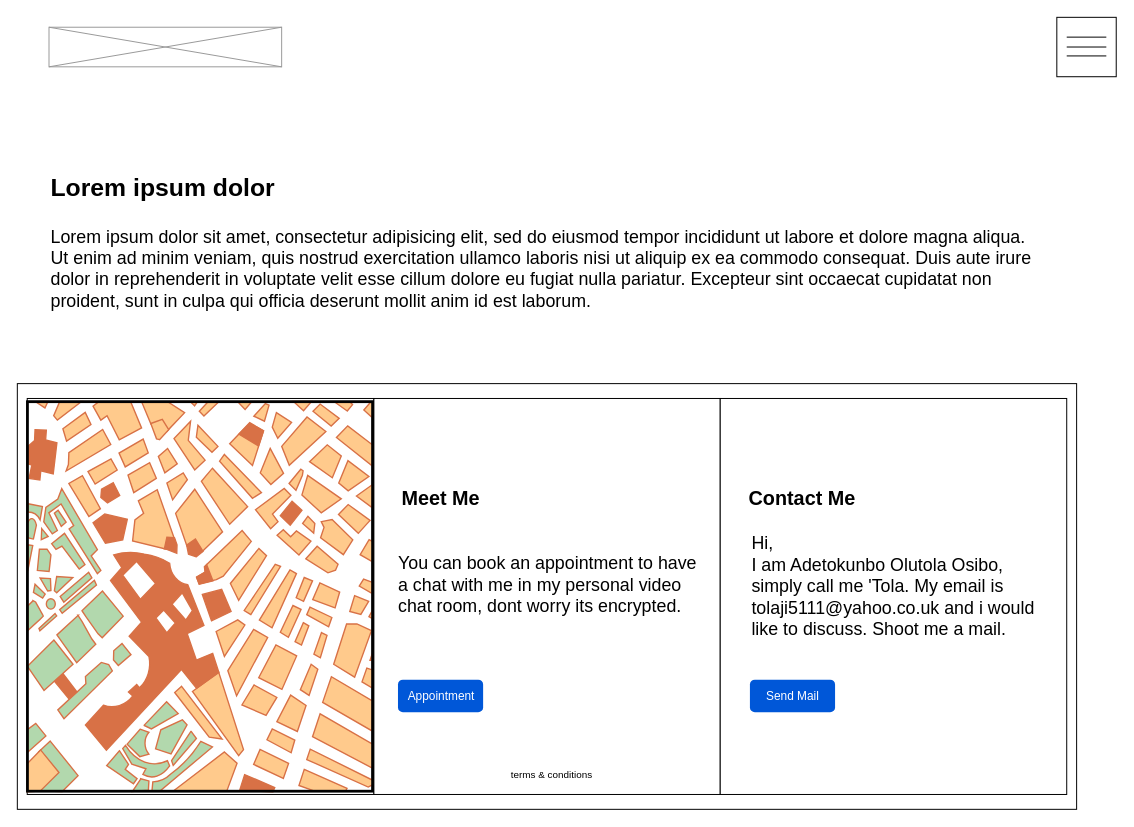
Above: page "Contact" (4 of 5) of portfolio/Pelican Prince Profile.drawio in Tolaji/wdd130 (draw.io), before the change. Source tidied: cells renumbered, new cells numbered last; positions are measured from the earlier drawing's top-left corner, leaving out a move shared by most shapes. Both pictures are drawn from the tidied source at 99%, with x=0, y=0 at pixel (17, 17).
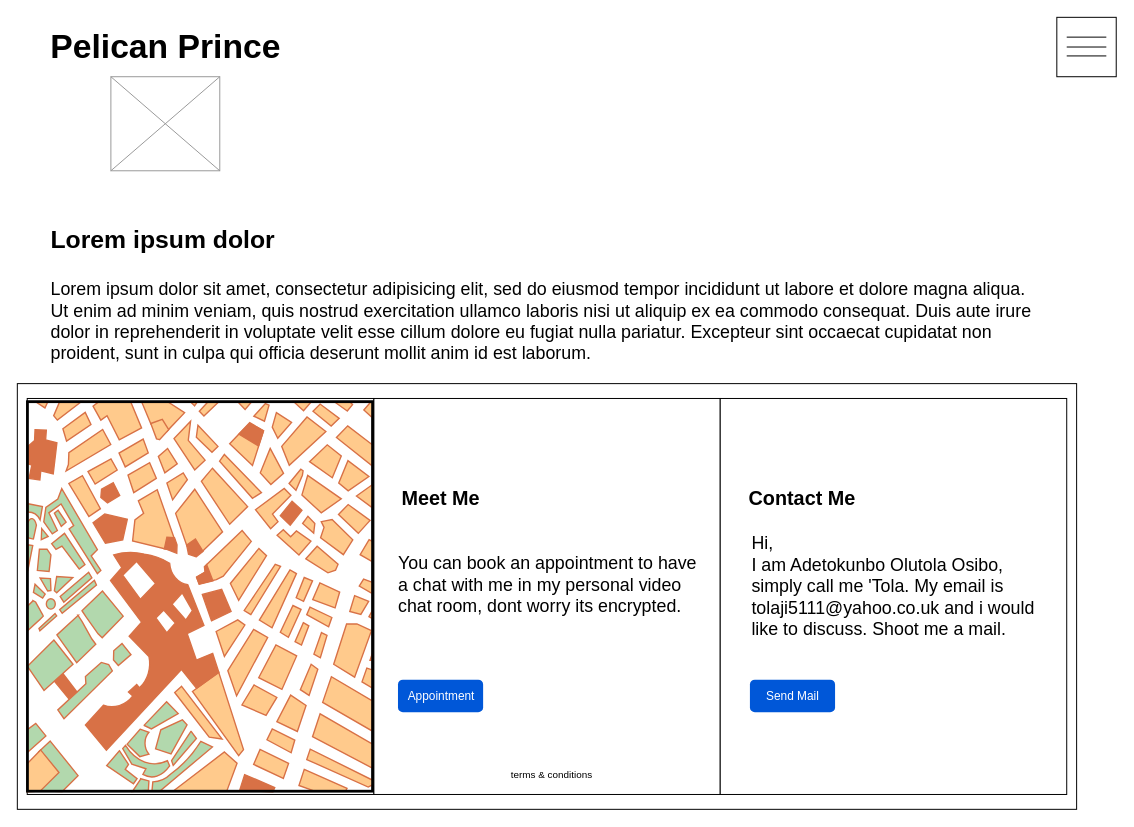
The same page after the edit.

Diff of the diagram source:
```diff
@@
-    <mxCell id="3" style="verticalLabelPosition=bottom;shadow=0;dashed=0;align=center;html=1;verticalAlign=top;strokeWidth=1;shape=mxgraph.mockup.graphics.simpleIcon;strokeColor=#999999;" parent="1" vertex="1">
-      <mxGeometry x="32" y="10" width="235" height="40" as="geometry" />
-    </mxCell>
@@
     <mxCell id="5" value="Lorem ipsum dolor sit amet, consectetur adipisicing elit, sed do eiusmod tempor incididunt ut labore et dolore magna aliqua. Ut enim ad minim veniam, quis nostrud exercitation ullamco laboris nisi ut aliquip ex ea commodo consequat. Duis aute irure dolor in reprehenderit in voluptate velit esse cillum dolore eu fugiat nulla pariatur. Excepteur sint occaecat cupidatat non proident, sunt in culpa qui officia deserunt mollit anim id est laborum." style="text;spacingTop=-5;whiteSpace=wrap;html=1;align=left;fontSize=18;fontFamily=Helvetica;fillColor=none;strokeColor=none;" parent="1" vertex="1">
-      <mxGeometry x="32" y="210" width="1000" height="90" as="geometry" />
+      <mxGeometry x="32" y="263" width="1000" height="90" as="geometry" />
     </mxCell>
     <mxCell id="6" value="Lorem ipsum dolor&amp;nbsp;" style="text;spacingTop=-5;whiteSpace=wrap;html=1;align=left;fontSize=25;fontFamily=Helvetica;fillColor=none;strokeColor=none;fontStyle=1;verticalAlign=middle;" parent="1" vertex="1">
-      <mxGeometry x="32" y="148" width="240" height="50" as="geometry" />
+      <mxGeometry x="32" y="201" width="240" height="50" as="geometry" />
     </mxCell>
@@
+    <mxCell id="23" value="Pelican Prince" style="text;html=1;strokeColor=none;fillColor=none;align=center;verticalAlign=middle;whiteSpace=wrap;rounded=0;fontStyle=1;fontSize=34;" parent="1" vertex="1">
+      <mxGeometry x="29.5" y="15" width="240" height="30" as="geometry" />
+    </mxCell>
+    <mxCell id="24" style="verticalLabelPosition=bottom;shadow=0;dashed=0;align=center;html=1;verticalAlign=top;strokeWidth=1;shape=mxgraph.mockup.graphics.simpleIcon;strokeColor=#999999;" parent="1" vertex="1">
+      <mxGeometry x="94.5" y="60" width="110" height="95" as="geometry" />
+    </mxCell>
```
